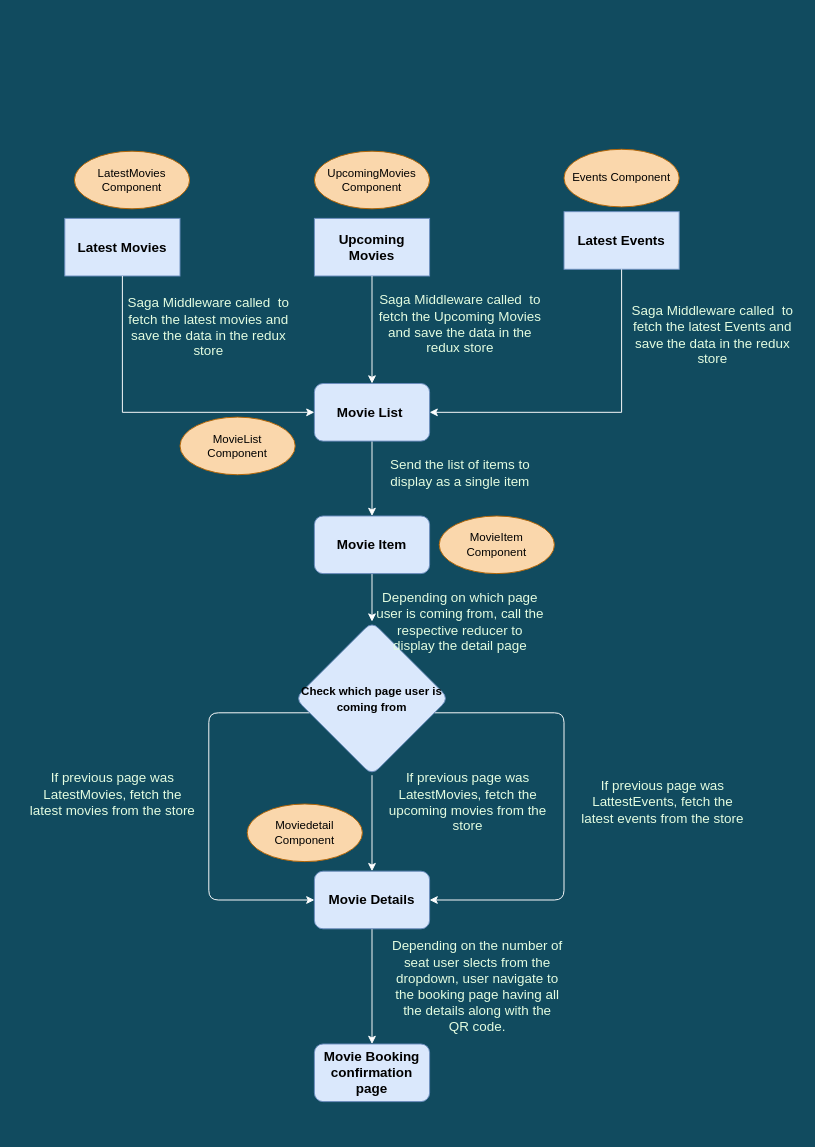
Before: Untitled Diagram.drawio in vdwivedi24/movie-booking-react-latest, a draw.io diagram. Source tidied: cells renumbered, new cells numbered last; positions are measured from the earlier drawing's top-left corner, leaving out a move shared by most shapes. Both pictures are drawn from the tidied source at 96%, with x=0, y=0 at pixel (26, 149).
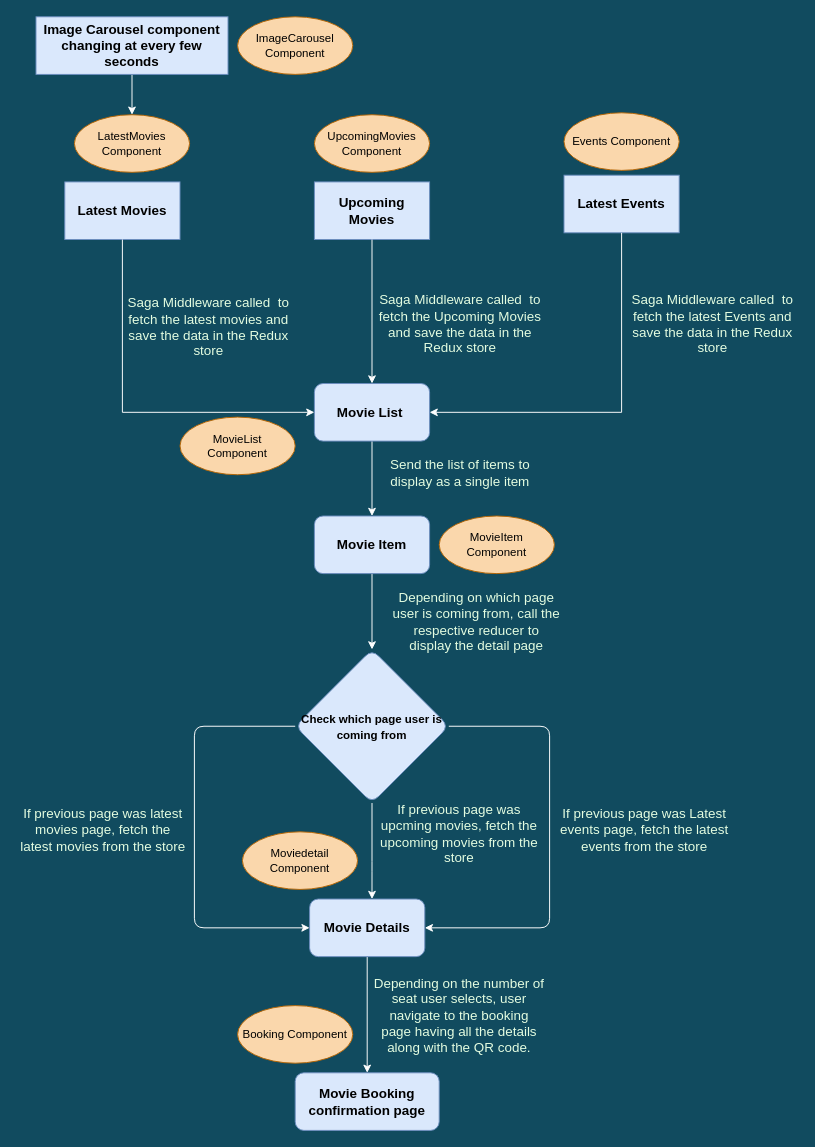
After the change.

The edit, as a diff of the source:
```diff
@@
     <mxCell id="2" value="Latest Movies" style="rounded=0;whiteSpace=wrap;html=1;fillColor=#dae8fc;strokeColor=#6c8ebf;fontSize=14;fontStyle=1;" parent="1" vertex="1">
-      <mxGeometry x="40" y="72" width="120" height="60" as="geometry" />
+      <mxGeometry x="40" y="34" width="120" height="60" as="geometry" />
     </mxCell>
     <mxCell id="3" value="Upcoming Movies" style="rounded=0;whiteSpace=wrap;html=1;fillColor=#dae8fc;strokeColor=#6c8ebf;fontSize=14;fontStyle=1;" parent="1" vertex="1">
-      <mxGeometry x="300" y="72" width="120" height="60" as="geometry" />
+      <mxGeometry x="300" y="34" width="120" height="60" as="geometry" />
     </mxCell>
     <mxCell id="4" value="Latest Events" style="rounded=0;whiteSpace=wrap;html=1;fillColor=#dae8fc;strokeColor=#6c8ebf;fontSize=14;fontStyle=1;" parent="1" vertex="1">
-      <mxGeometry x="560" y="65" width="120" height="60" as="geometry" />
+      <mxGeometry x="560" y="27" width="120" height="60" as="geometry" />
     </mxCell>
@@
-    <mxCell id="12" value="Saga Middleware called&amp;nbsp; to fetch the latest movies and save the data in the redux store" style="text;html=1;strokeColor=none;fillColor=none;align=center;verticalAlign=middle;whiteSpace=wrap;rounded=0;sketch=0;fontSize=14;fontColor=#E4FDE1;" parent="1" vertex="1">
+    <mxCell id="12" value="Saga Middleware called&amp;nbsp; to fetch the latest movies and save the data in the Redux store" style="text;html=1;strokeColor=none;fillColor=none;align=center;verticalAlign=middle;whiteSpace=wrap;rounded=0;sketch=0;fontSize=14;fontColor=#E4FDE1;" parent="1" vertex="1">
       <mxGeometry x="100" y="170" width="180" height="30" as="geometry" />
     </mxCell>
@@
     <mxCell id="14" value="LatestMovies Component" style="ellipse;whiteSpace=wrap;html=1;rounded=0;sketch=0;fontSize=12;strokeColor=#b46504;fillColor=#fad7ac;" parent="1" vertex="1">
-      <mxGeometry x="50" y="2" width="120" height="60" as="geometry" />
+      <mxGeometry x="50" y="-36" width="120" height="60" as="geometry" />
     </mxCell>
     <mxCell id="15" value="UpcomingMovies Component" style="ellipse;whiteSpace=wrap;html=1;rounded=0;sketch=0;fontSize=12;strokeColor=#b46504;fillColor=#fad7ac;" parent="1" vertex="1">
-      <mxGeometry x="300" y="2" width="120" height="60" as="geometry" />
+      <mxGeometry x="300" y="-36" width="120" height="60" as="geometry" />
     </mxCell>
     <mxCell id="16" value="Events Component" style="ellipse;whiteSpace=wrap;html=1;rounded=0;sketch=0;fontSize=12;strokeColor=#b46504;fillColor=#fad7ac;" parent="1" vertex="1">
-      <mxGeometry x="560" width="120" height="60" as="geometry" />
+      <mxGeometry x="560" y="-38" width="120" height="60" as="geometry" />
     </mxCell>
@@
     <mxCell id="19" style="edgeStyle=orthogonalEdgeStyle;curved=0;rounded=1;sketch=0;jettySize=auto;html=1;fontSize=12;fontColor=#33FF99;strokeColor=#FFFFFF;fillColor=#F45B69;entryX=0;entryY=0.5;entryDx=0;entryDy=0;" parent="1" edge="1" source="22" target="24">
       <mxGeometry relative="1" as="geometry">
         <Array as="points">
-          <mxPoint x="190" y="587" />
-          <mxPoint x="190" y="782" />
+          <mxPoint x="175" y="601" />
+          <mxPoint x="175" y="811" />
         </Array>
       </mxGeometry>
     </mxCell>
     <mxCell id="20" style="edgeStyle=orthogonalEdgeStyle;curved=0;rounded=1;sketch=0;jettySize=auto;html=1;fontSize=12;fontColor=#33FF99;strokeColor=#FFFFFF;fillColor=#F45B69;entryX=1;entryY=0.5;entryDx=0;entryDy=0;" parent="1" edge="1" source="22" target="24">
       <mxGeometry relative="1" as="geometry">
         <Array as="points">
-          <mxPoint x="560" y="587" />
-          <mxPoint x="560" y="782" />
+          <mxPoint x="545" y="601" />
+          <mxPoint x="545" y="811" />
         </Array>
       </mxGeometry>
     </mxCell>
     <mxCell id="21" style="edgeStyle=orthogonalEdgeStyle;curved=0;rounded=1;sketch=0;jettySize=auto;html=1;fontSize=12;fontColor=#33FF99;strokeColor=#FFFFFF;fillColor=#F45B69;" parent="1" edge="1" source="22" target="24">
-      <mxGeometry relative="1" as="geometry" />
+      <mxGeometry relative="1" as="geometry">
+        <Array as="points">
+          <mxPoint x="360" y="742" />
+          <mxPoint x="360" y="742" />
+        </Array>
+      </mxGeometry>
     </mxCell>
     <mxCell id="22" value="&lt;font style=&quot;font-size: 12px&quot;&gt;Check which page user is coming from&lt;/font&gt;" style="rhombus;whiteSpace=wrap;html=1;rounded=1;fontSize=14;fontStyle=1;strokeColor=#6c8ebf;fillColor=#dae8fc;" parent="1" vertex="1">
-      <mxGeometry x="280" y="492" width="160" height="160" as="geometry" />
+      <mxGeometry x="280" y="521" width="160" height="160" as="geometry" />
     </mxCell>
@@
     <mxCell id="24" value="Movie Details" style="rounded=1;whiteSpace=wrap;html=1;fillColor=#dae8fc;strokeColor=#6c8ebf;fontStyle=1;fontSize=14;" parent="1" vertex="1">
-      <mxGeometry x="300" y="752" width="120" height="60" as="geometry" />
+      <mxGeometry x="295" y="781" width="120" height="60" as="geometry" />
     </mxCell>
     <mxCell id="25" value="Depending on which page user is coming from, call the respective reducer to display the detail page" style="text;html=1;strokeColor=none;fillColor=none;align=center;verticalAlign=middle;whiteSpace=wrap;rounded=0;sketch=0;fontSize=14;fontColor=#E4FDE1;" parent="1" vertex="1">
-      <mxGeometry x="362" y="462" width="180" height="60" as="geometry" />
+      <mxGeometry x="379" y="462" width="180" height="60" as="geometry" />
     </mxCell>
     <mxCell id="26" value="Moviedetail&lt;br&gt;Component" style="ellipse;whiteSpace=wrap;html=1;rounded=0;sketch=0;fontSize=12;strokeColor=#b46504;fillColor=#fad7ac;" parent="1" vertex="1">
-      <mxGeometry x="230" y="682" width="120" height="60" as="geometry" />
+      <mxGeometry x="225" y="711" width="120" height="60" as="geometry" />
     </mxCell>
-    <mxCell id="27" value="If previous page was LatestMovies, fetch the latest movies from the store" style="text;html=1;strokeColor=none;fillColor=none;align=center;verticalAlign=middle;whiteSpace=wrap;rounded=0;sketch=0;fontSize=14;fontColor=#E4FDE1;" parent="1" vertex="1">
-      <mxGeometry y="642" width="180" height="60" as="geometry" />
+    <mxCell id="27" value="If previous page was latest movies page, fetch the latest movies from the store" style="text;html=1;strokeColor=none;fillColor=none;align=center;verticalAlign=middle;whiteSpace=wrap;rounded=0;sketch=0;fontSize=14;fontColor=#E4FDE1;" parent="1" vertex="1">
+      <mxGeometry x="-10" y="679" width="180" height="60" as="geometry" />
     </mxCell>
-    <mxCell id="28" value="If previous page was LatestMovies, fetch the upcoming movies from the store" style="text;html=1;strokeColor=none;fillColor=none;align=center;verticalAlign=middle;whiteSpace=wrap;rounded=0;sketch=0;fontSize=14;fontColor=#E4FDE1;" parent="1" vertex="1">
-      <mxGeometry x="370" y="650" width="180" height="60" as="geometry" />
+    <mxCell id="28" value="If previous page was upcming movies, fetch the upcoming movies from the store" style="text;html=1;strokeColor=none;fillColor=none;align=center;verticalAlign=middle;whiteSpace=wrap;rounded=0;sketch=0;fontSize=14;fontColor=#E4FDE1;" parent="1" vertex="1">
+      <mxGeometry x="361" y="683" width="180" height="60" as="geometry" />
     </mxCell>
-    <mxCell id="29" value="If previous page was LattestEvents, fetch the latest events from the store" style="text;html=1;strokeColor=none;fillColor=none;align=center;verticalAlign=middle;whiteSpace=wrap;rounded=0;sketch=0;fontSize=14;fontColor=#E4FDE1;" parent="1" vertex="1">
-      <mxGeometry x="573" y="650" width="180" height="60" as="geometry" />
+    <mxCell id="29" value="If previous page was Latest events page, fetch the latest events from the store" style="text;html=1;strokeColor=none;fillColor=none;align=center;verticalAlign=middle;whiteSpace=wrap;rounded=0;sketch=0;fontSize=14;fontColor=#E4FDE1;" parent="1" vertex="1">
+      <mxGeometry x="554" y="679" width="180" height="60" as="geometry" />
     </mxCell>
-    <mxCell id="30" value="Saga Middleware called&amp;nbsp; to fetch the latest Events and save the data in the redux store" style="text;html=1;strokeColor=none;fillColor=none;align=center;verticalAlign=middle;whiteSpace=wrap;rounded=0;sketch=0;fontSize=14;fontColor=#E4FDE1;" parent="1" vertex="1">
-      <mxGeometry x="625" y="178" width="180" height="30" as="geometry" />
+    <mxCell id="30" value="Saga Middleware called&amp;nbsp; to fetch the latest Events and save the data in the Redux store" style="text;html=1;strokeColor=none;fillColor=none;align=center;verticalAlign=middle;whiteSpace=wrap;rounded=0;sketch=0;fontSize=14;fontColor=#E4FDE1;" parent="1" vertex="1">
+      <mxGeometry x="625" y="167" width="180" height="30" as="geometry" />
     </mxCell>
-    <mxCell id="31" value="Saga Middleware called&amp;nbsp; to fetch the Upcoming Movies and save the data in the redux store" style="text;html=1;strokeColor=none;fillColor=none;align=center;verticalAlign=middle;whiteSpace=wrap;rounded=0;sketch=0;fontSize=14;fontColor=#E4FDE1;" parent="1" vertex="1">
+    <mxCell id="31" value="Saga Middleware called&amp;nbsp; to fetch the Upcoming Movies and save the data in the Redux store" style="text;html=1;strokeColor=none;fillColor=none;align=center;verticalAlign=middle;whiteSpace=wrap;rounded=0;sketch=0;fontSize=14;fontColor=#E4FDE1;" parent="1" vertex="1">
       <mxGeometry x="362" y="167" width="180" height="30" as="geometry" />
     </mxCell>
     <mxCell id="32" value="Movie Booking confirmation page" style="rounded=1;whiteSpace=wrap;html=1;fillColor=#dae8fc;strokeColor=#6c8ebf;fontStyle=1;fontSize=14;" parent="1" vertex="1">
-      <mxGeometry x="300" y="932" width="120" height="60" as="geometry" />
+      <mxGeometry x="280" y="962" width="150" height="60" as="geometry" />
     </mxCell>
-    <mxCell id="33" value="Depending on the number of seat user slects from the dropdown, user navigate to the booking page having all the details along with the QR code." style="text;html=1;strokeColor=none;fillColor=none;align=center;verticalAlign=middle;whiteSpace=wrap;rounded=0;sketch=0;fontSize=14;fontColor=#E4FDE1;" parent="1" vertex="1">
-      <mxGeometry x="380" y="842" width="180" height="60" as="geometry" />
+    <mxCell id="33" value="Depending on the number of seat user selects, user navigate to the booking page having all the details along with the QR code." style="text;html=1;strokeColor=none;fillColor=none;align=center;verticalAlign=middle;whiteSpace=wrap;rounded=0;sketch=0;fontSize=14;fontColor=#E4FDE1;" parent="1" vertex="1">
+      <mxGeometry x="361" y="872" width="180" height="60" as="geometry" />
     </mxCell>
+    <mxCell id="34" value="Booking Component&lt;br&gt;" style="ellipse;whiteSpace=wrap;html=1;rounded=0;sketch=0;fontSize=12;strokeColor=#b46504;fillColor=#fad7ac;" parent="1" vertex="1">
+      <mxGeometry x="220" y="892" width="120" height="60" as="geometry" />
+    </mxCell>
+    <mxCell id="35" style="edgeStyle=orthogonalEdgeStyle;curved=0;rounded=1;sketch=0;jettySize=auto;html=1;fontSize=14;fontColor=#FFFFFF;strokeColor=#FFFFFF;fillColor=#F45B69;" parent="1" edge="1" source="36" target="14">
+      <mxGeometry relative="1" as="geometry" />
+    </mxCell>
+    <mxCell id="36" value="Image Carousel component changing at every few seconds" style="rounded=0;whiteSpace=wrap;html=1;fillColor=#dae8fc;strokeColor=#6c8ebf;fontSize=14;fontStyle=1;" parent="1" vertex="1">
+      <mxGeometry x="10" y="-138" width="200" height="60" as="geometry" />
+    </mxCell>
+    <mxCell id="37" value="ImageCarousel Component" style="ellipse;whiteSpace=wrap;html=1;rounded=0;sketch=0;fontSize=12;strokeColor=#b46504;fillColor=#fad7ac;" parent="1" vertex="1">
+      <mxGeometry x="220" y="-138" width="120" height="60" as="geometry" />
+    </mxCell>
```
